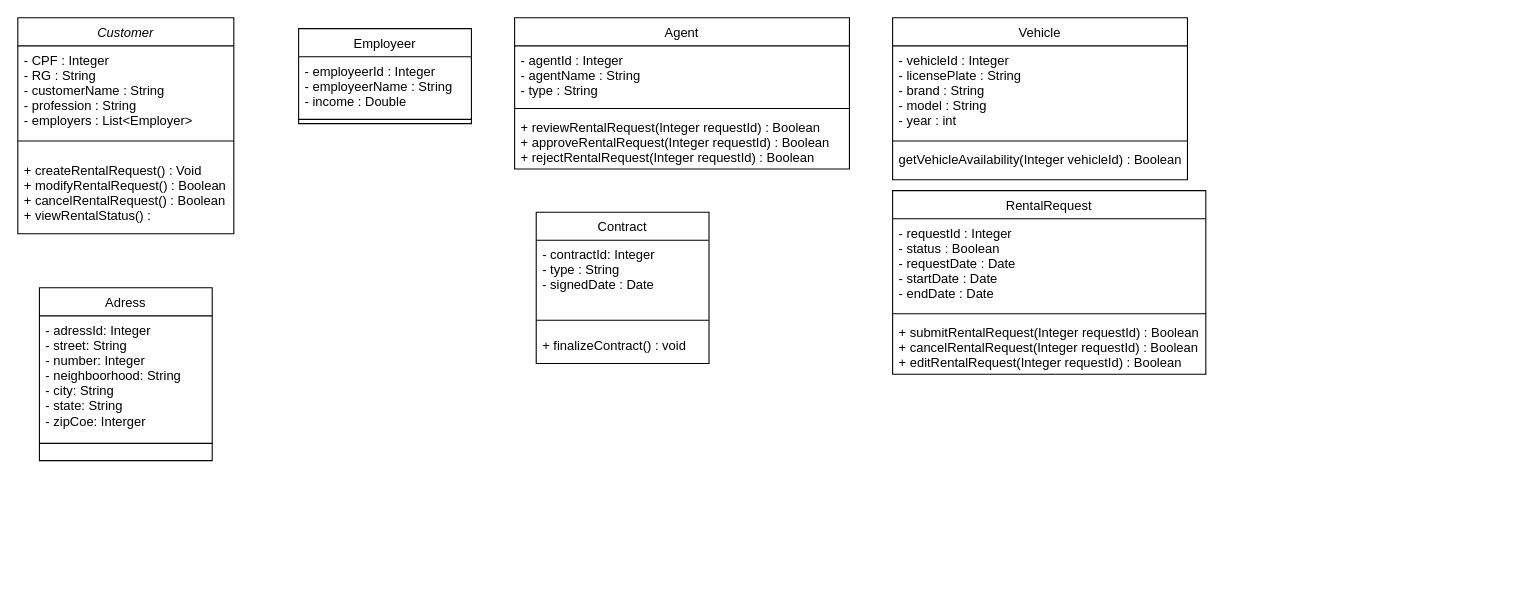
Earlier version of the draw.io diagram docs/Car Rental System.drawio (JulyaMoreyra/sistema-de-aluguel-de-carros). Source tidied: cells renumbered, new cells numbered last; positions are measured from the earlier drawing's top-left corner, leaving out a move shared by most shapes. Both pictures are drawn from the tidied source at 108%, with x=0, y=0 at pixel (17, 17).
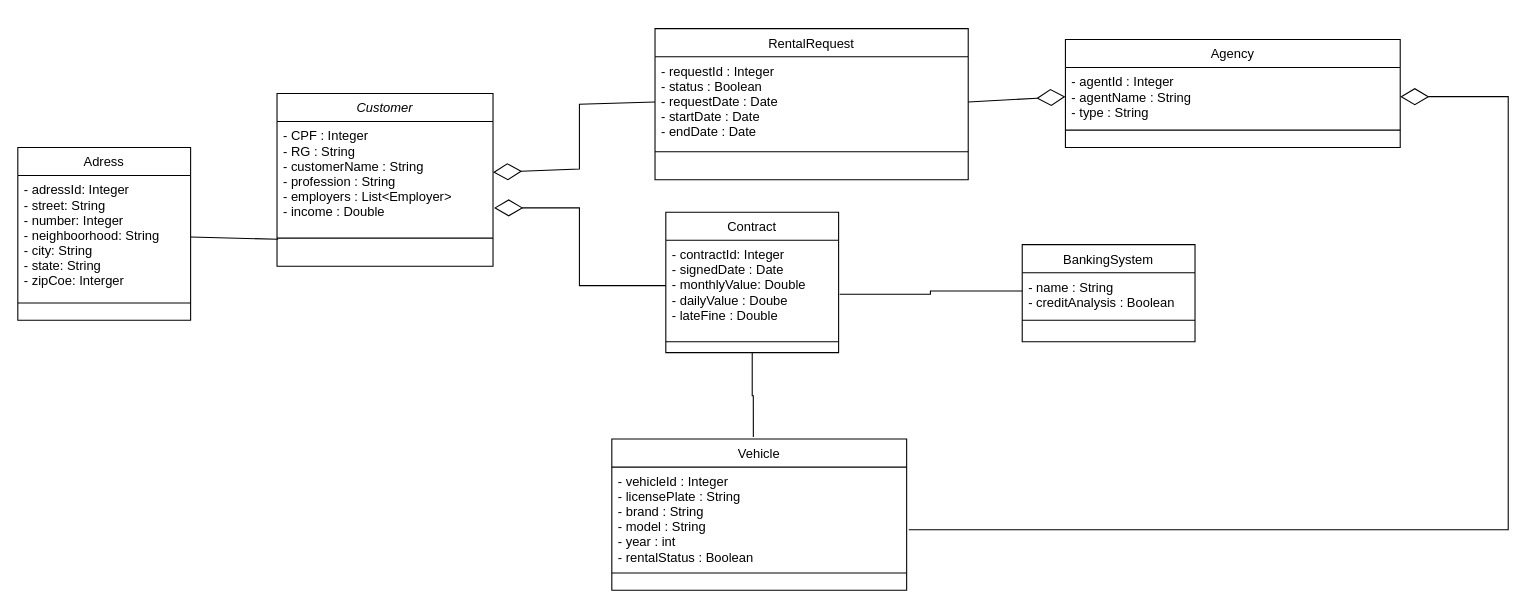
Above is the later version.

Unchanged cells that the change refers to:
```xml
<mxCell id="7" value="- adressId: Integer&#10;- street: String&#10;- number: Integer&#10;- neighboorhood: String&#10;- city: String&#10;- state: String&#10;- zipCoe: Interger&#10;&#10;" style="text;align=left;verticalAlign=top;spacingLeft=4;spacingRight=4;overflow=hidden;points=[[0,0.5],[1,0.5]];portConstraint=eastwest;" parent="6" vertex="1">
  <mxGeometry y="26" width="160" height="114" as="geometry" />
</mxCell>
<mxCell id="14" value="- agentId : Integer&#10;- agentName : String&#10;- type : String" style="text;align=left;verticalAlign=top;spacingLeft=4;spacingRight=4;overflow=hidden;points=[[0,0.5],[1,0.5]];portConstraint=eastwest;" parent="13" vertex="1">
  <mxGeometry y="26" width="310" height="54" as="geometry" />
</mxCell>
<mxCell id="25" value="- requestId : Integer&#10;- status : Boolean&#10;- requestDate : Date&#10;- startDate : Date&#10;- endDate : Date" style="text;align=left;verticalAlign=top;spacingLeft=4;spacingRight=4;overflow=hidden;points=[[0,0.5],[1,0.5]];portConstraint=eastwest;" parent="24" vertex="1">
  <mxGeometry y="26" width="290" height="84" as="geometry" />
</mxCell>
```

The edit, as a diff of the source:
```diff
@@
     <mxCell id="2" value="Customer" style="swimlane;fontStyle=2;align=center;verticalAlign=top;horizontal=1;startSize=26;rounded=0;shadow=0;strokeWidth=1;" parent="1" vertex="1">
-      <mxGeometry width="200" height="200" as="geometry" />
+      <mxGeometry x="240" y="70" width="200" height="160" as="geometry" />
     </mxCell>
-    <mxCell id="3" value="- CPF : Integer&#10;- RG : String&#10;- customerName : String&#10;- profession : String &#10;- employers : List&lt;Employer&gt;" style="text;align=left;verticalAlign=top;spacingLeft=4;spacingRight=4;overflow=hidden;points=[[0,0.5],[1,0.5]];portConstraint=eastwest;rounded=0;shadow=0;html=0;" parent="2" vertex="1">
-      <mxGeometry y="26" width="200" height="74" as="geometry" />
+    <mxCell id="3" value="- CPF : Integer&#10;- RG : String&#10;- customerName : String&#10;- profession : String &#10;- employers : List&lt;Employer&gt;&#10;- income : Double" style="text;align=left;verticalAlign=top;spacingLeft=4;spacingRight=4;overflow=hidden;points=[[0,0.5],[1,0.5]];portConstraint=eastwest;rounded=0;shadow=0;html=0;" parent="2" vertex="1">
+      <mxGeometry y="26" width="200" height="94" as="geometry" />
     </mxCell>
     <mxCell id="4" style="line;html=1;strokeWidth=1;align=left;verticalAlign=middle;spacingTop=-1;spacingLeft=3;spacingRight=3;labelPosition=right;points=[];portConstraint=eastwest;" parent="2" vertex="1">
-      <mxGeometry y="100" width="200" height="28" as="geometry" />
+      <mxGeometry y="120" width="200" height="28" as="geometry" />
     </mxCell>
-    <mxCell id="5" value="+ createRentalRequest() : Void&#10;+ modifyRentalRequest() : Boolean&#10;+ cancelRentalRequest() : Boolean&#10;+ viewRentalStatus() : " style="text;align=left;verticalAlign=top;spacingLeft=4;spacingRight=4;overflow=hidden;" parent="2" vertex="1">
-      <mxGeometry y="128" width="200" height="72" as="geometry" />
-    </mxCell>
     <mxCell id="6" value="Adress" style="swimlane;fontStyle=0;align=center;verticalAlign=top;horizontal=1;startSize=26;rounded=0;shadow=0;strokeWidth=1;" parent="1" vertex="1">
-      <mxGeometry x="20" y="250" width="160" height="160" as="geometry" />
+      <mxGeometry y="120" width="160" height="160" as="geometry" />
     </mxCell>
@@
     <mxCell id="9" value="Contract" style="swimlane;fontStyle=0;align=center;verticalAlign=top;horizontal=1;startSize=26;rounded=0;shadow=0;strokeWidth=1;" parent="1" vertex="1">
-      <mxGeometry x="480" y="180" width="160" height="140" as="geometry" />
+      <mxGeometry x="600" y="180" width="160" height="130" as="geometry" />
     </mxCell>
-    <mxCell id="10" value="- contractId: Integer&#10;- type : String&#10;- signedDate : Date" style="text;align=left;verticalAlign=top;spacingLeft=4;spacingRight=4;overflow=hidden;points=[[0,0.5],[1,0.5]];portConstraint=eastwest;" parent="9" vertex="1">
-      <mxGeometry y="26" width="160" height="64" as="geometry" />
+    <mxCell id="10" value="- contractId: Integer&#10;- signedDate : Date&#10;- monthlyValue: Double&#10;- dailyValue : Doube&#10;- lateFine : Double" style="text;align=left;verticalAlign=top;spacingLeft=4;spacingRight=4;overflow=hidden;points=[[0,0.5],[1,0.5]];portConstraint=eastwest;" parent="9" vertex="1">
+      <mxGeometry y="26" width="160" height="84" as="geometry" />
     </mxCell>
     <mxCell id="11" style="line;html=1;strokeWidth=1;align=left;verticalAlign=middle;spacingTop=-1;spacingLeft=3;spacingRight=3;labelPosition=right;" parent="9" vertex="1">
-      <mxGeometry y="90" width="160" height="20" as="geometry" />
+      <mxGeometry y="110" width="160" height="20" as="geometry" />
     </mxCell>
-    <mxCell id="12" value="+ finalizeContract() : void" style="text;align=left;verticalAlign=top;spacingLeft=4;spacingRight=4;overflow=hidden;" parent="9" vertex="1">
-      <mxGeometry y="110" width="160" height="26" as="geometry" />
-    </mxCell>
-    <mxCell id="13" value="Agent" style="swimlane;fontStyle=0;align=center;verticalAlign=top;horizontal=1;startSize=26;rounded=0;shadow=0;strokeWidth=1;" parent="1" vertex="1">
-      <mxGeometry x="460" width="310" height="140" as="geometry" />
+    <mxCell id="13" value="Agency" style="swimlane;fontStyle=0;align=center;verticalAlign=top;horizontal=1;startSize=26;rounded=0;shadow=0;strokeWidth=1;" parent="1" vertex="1">
+      <mxGeometry x="970" y="20" width="310" height="100" as="geometry" />
     </mxCell>
@@
-    <mxCell id="16" value="+ reviewRentalRequest(Integer requestId) : Boolean &#10;+ approveRentalRequest(Integer requestId) : Boolean&#10;+ rejectRentalRequest(Integer requestId) : Boolean" style="text;align=left;verticalAlign=top;spacingLeft=4;spacingRight=4;overflow=hidden;" parent="13" vertex="1">
-      <mxGeometry y="88" width="310" height="52" as="geometry" />
-    </mxCell>
-    <mxCell id="17" value="Employeer" style="swimlane;fontStyle=0;align=center;verticalAlign=top;horizontal=1;startSize=26;rounded=0;shadow=0;strokeWidth=1;" parent="1" vertex="1">
-      <mxGeometry x="260" y="10" width="160" height="88" as="geometry" />
-    </mxCell>
-    <mxCell id="18" value="- employeerId : Integer&#10;- employeerName : String&#10;- income : Double" style="text;align=left;verticalAlign=top;spacingLeft=4;spacingRight=4;overflow=hidden;" parent="17" vertex="1">
-      <mxGeometry y="26" width="160" height="54" as="geometry" />
-    </mxCell>
-    <mxCell id="19" style="line;html=1;strokeWidth=1;align=left;verticalAlign=middle;spacingTop=-1;spacingLeft=3;spacingRight=3;labelPosition=right;" parent="17" vertex="1">
-      <mxGeometry y="80" width="160" height="8" as="geometry" />
-    </mxCell>
     <mxCell id="20" value="Vehicle" style="swimlane;fontStyle=0;align=center;verticalAlign=top;horizontal=1;startSize=26;rounded=0;shadow=0;strokeWidth=1;" parent="1" vertex="1">
-      <mxGeometry x="810" width="273" height="150" as="geometry" />
+      <mxGeometry x="550" y="390" width="273" height="140" as="geometry" />
     </mxCell>
-    <mxCell id="21" value="- vehicleId : Integer&#10;- licensePlate : String&#10;- brand : String&#10;- model : String&#10;- year : int" style="text;align=left;verticalAlign=top;spacingLeft=4;spacingRight=4;overflow=hidden;points=[[0,0.5],[1,0.5]];portConstraint=eastwest;" parent="20" vertex="1">
-      <mxGeometry y="26" width="273" height="84" as="geometry" />
+    <mxCell id="21" value="- vehicleId : Integer&#10;- licensePlate : String&#10;- brand : String&#10;- model : String&#10;- year : int&#10;- rentalStatus : Boolean" style="text;align=left;verticalAlign=top;spacingLeft=4;spacingRight=4;overflow=hidden;points=[[0,0.5],[1,0.5]];portConstraint=eastwest;" parent="20" vertex="1">
+      <mxGeometry y="26" width="273" height="94" as="geometry" />
     </mxCell>
     <mxCell id="22" style="line;html=1;strokeWidth=1;align=left;verticalAlign=middle;spacingTop=-1;spacingLeft=3;spacingRight=3;labelPosition=right;" parent="20" vertex="1">
-      <mxGeometry y="110" width="273" height="8" as="geometry" />
+      <mxGeometry y="120" width="273" height="8" as="geometry" />
     </mxCell>
-    <mxCell id="23" value="getVehicleAvailability(Integer vehicleId) : Boolean" style="text;align=left;verticalAlign=top;spacingLeft=4;spacingRight=4;overflow=hidden;" parent="20" vertex="1">
-      <mxGeometry y="118" width="273" height="26" as="geometry" />
-    </mxCell>
     <mxCell id="24" value="RentalRequest" style="swimlane;fontStyle=0;align=center;verticalAlign=top;horizontal=1;startSize=26;rounded=0;shadow=0;strokeWidth=1;" parent="1" vertex="1">
-      <mxGeometry x="810" y="160" width="290" height="170" as="geometry" />
+      <mxGeometry x="590" y="10" width="290" height="140" as="geometry" />
     </mxCell>
@@
-    <mxCell id="27" value="+ submitRentalRequest(Integer requestId) : Boolean&#10;+ cancelRentalRequest(Integer requestId) : Boolean&#10;+ editRentalRequest(Integer requestId) : Boolean" style="text;align=left;verticalAlign=top;spacingLeft=4;spacingRight=4;overflow=hidden;" parent="24" vertex="1">
-      <mxGeometry y="118" width="290" height="52" as="geometry" />
-    </mxCell>
+    <mxCell id="28" style="endArrow=none;html=1;rounded=0;exitX=1;exitY=0.5;exitDx=0;exitDy=0;entryX=0.005;entryY=0.536;entryDx=0;entryDy=0;entryPerimeter=0;" parent="1" edge="1" source="7" target="4">
+      <mxGeometry relative="1" as="geometry" />
+    </mxCell>
+    <mxCell id="29" value="BankingSystem" style="swimlane;fontStyle=0;align=center;verticalAlign=top;horizontal=1;startSize=26;rounded=0;shadow=0;strokeWidth=1;" parent="1" vertex="1">
+      <mxGeometry x="930" y="210" width="160" height="90" as="geometry" />
+    </mxCell>
+    <mxCell id="30" value="- name : String&#10;- creditAnalysis : Boolean" style="text;align=left;verticalAlign=top;spacingLeft=4;spacingRight=4;overflow=hidden;points=[[0,0.5],[1,0.5]];portConstraint=eastwest;" parent="29" vertex="1">
+      <mxGeometry y="26" width="160" height="34" as="geometry" />
+    </mxCell>
+    <mxCell id="31" style="line;html=1;strokeWidth=1;align=left;verticalAlign=middle;spacingTop=-1;spacingLeft=3;spacingRight=3;labelPosition=right;" parent="29" vertex="1">
+      <mxGeometry y="60" width="160" height="20" as="geometry" />
+    </mxCell>
+    <mxCell id="32" style="endArrow=diamondThin;endFill=0;endSize=24;html=1;rounded=0;exitX=0;exitY=0.5;exitDx=0;exitDy=0;entryX=1.005;entryY=0.851;entryDx=0;entryDy=0;entryPerimeter=0;" parent="1" edge="1" source="10" target="3">
+      <mxGeometry relative="1" as="geometry">
+        <Array as="points">
+          <mxPoint x="520" y="248" />
+          <mxPoint x="520" y="176" />
+        </Array>
+      </mxGeometry>
+    </mxCell>
+    <mxCell id="33" style="endArrow=diamondThin;endFill=0;endSize=24;html=1;rounded=0;exitX=0;exitY=0.5;exitDx=0;exitDy=0;entryX=1;entryY=0.5;entryDx=0;entryDy=0;" parent="1" edge="1" source="25" target="3">
+      <mxGeometry relative="1" as="geometry">
+        <Array as="points">
+          <mxPoint x="520" y="80" />
+          <mxPoint x="520" y="140" />
+        </Array>
+      </mxGeometry>
+    </mxCell>
+    <mxCell id="34" style="endArrow=none;html=1;edgeStyle=orthogonalEdgeStyle;rounded=0;entryX=0.5;entryY=1;entryDx=0;entryDy=0;exitX=0.48;exitY=-0.014;exitDx=0;exitDy=0;exitPerimeter=0;" parent="1" edge="1" source="20" target="9">
+      <mxGeometry relative="1" as="geometry" />
+    </mxCell>
+    <mxCell id="35" style="endArrow=none;html=1;edgeStyle=orthogonalEdgeStyle;rounded=0;entryX=0;entryY=0.5;entryDx=0;entryDy=0;exitX=1.006;exitY=0.595;exitDx=0;exitDy=0;exitPerimeter=0;" parent="1" edge="1" source="10" target="30">
+      <mxGeometry relative="1" as="geometry" />
+    </mxCell>
+    <mxCell id="36" style="endArrow=diamondThin;endFill=0;endSize=24;html=1;rounded=0;exitX=1.007;exitY=0.617;exitDx=0;exitDy=0;exitPerimeter=0;entryX=1;entryY=0.5;entryDx=0;entryDy=0;" parent="1" edge="1" source="21" target="14">
+      <mxGeometry relative="1" as="geometry">
+        <Array as="points">
+          <mxPoint x="1380" y="474" />
+          <mxPoint x="1380" y="170" />
+          <mxPoint x="1380" y="73" />
+        </Array>
+      </mxGeometry>
+    </mxCell>
+    <mxCell id="37" style="endArrow=diamondThin;endFill=0;endSize=24;html=1;rounded=0;entryX=0;entryY=0.5;entryDx=0;entryDy=0;exitX=1;exitY=0.5;exitDx=0;exitDy=0;" parent="1" edge="1" source="25" target="14">
+      <mxGeometry relative="1" as="geometry" />
+    </mxCell>
```
